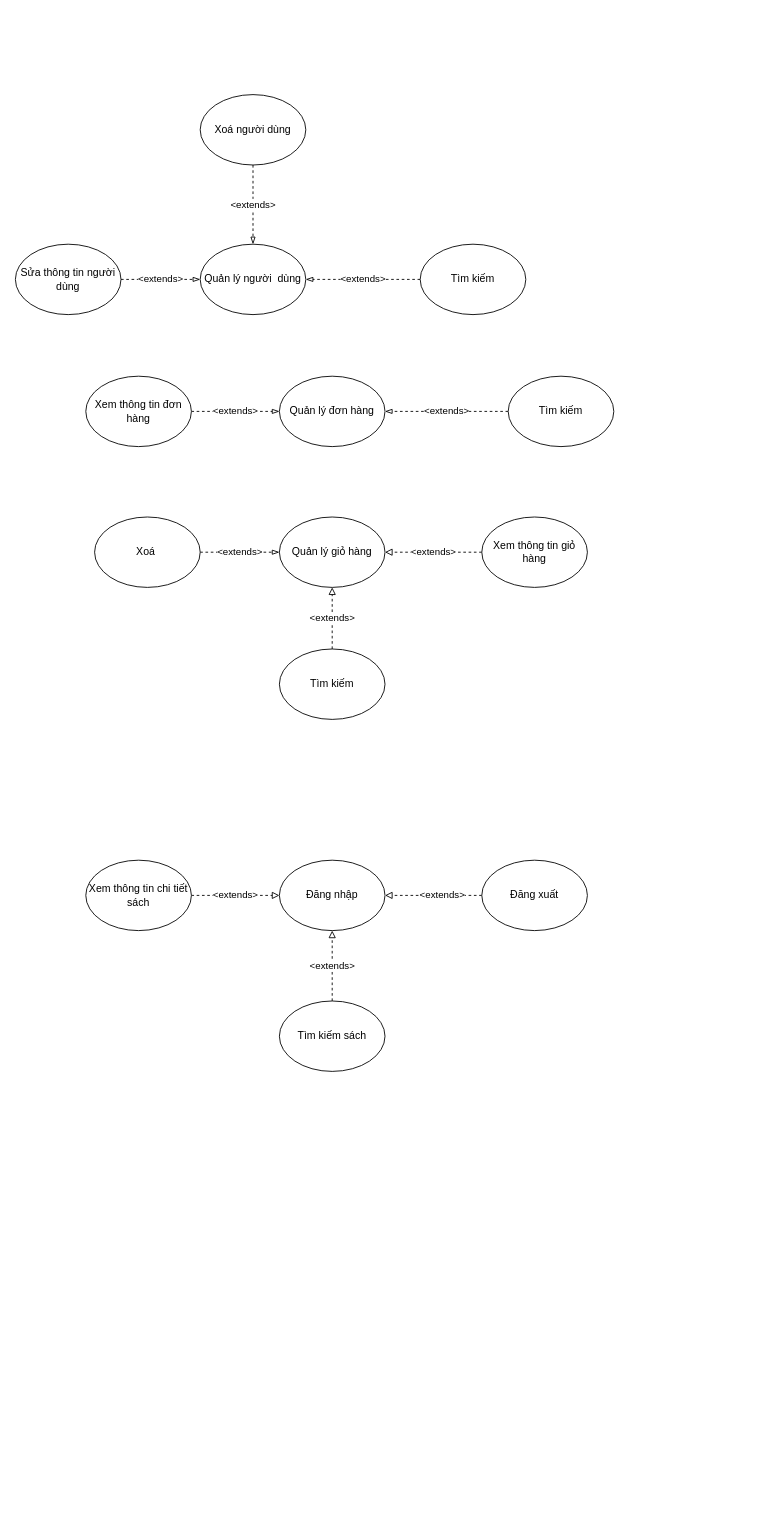
Earlier version of the draw.io diagram Untitled Diagram.drawio (leehoang21/uml). Source tidied: cells renumbered, new cells numbered last; positions are measured from the earlier drawing's top-left corner, leaving out a move shared by most shapes. Both pictures are drawn from the tidied source at 88%, with x=0, y=0 at pixel (15, 94).
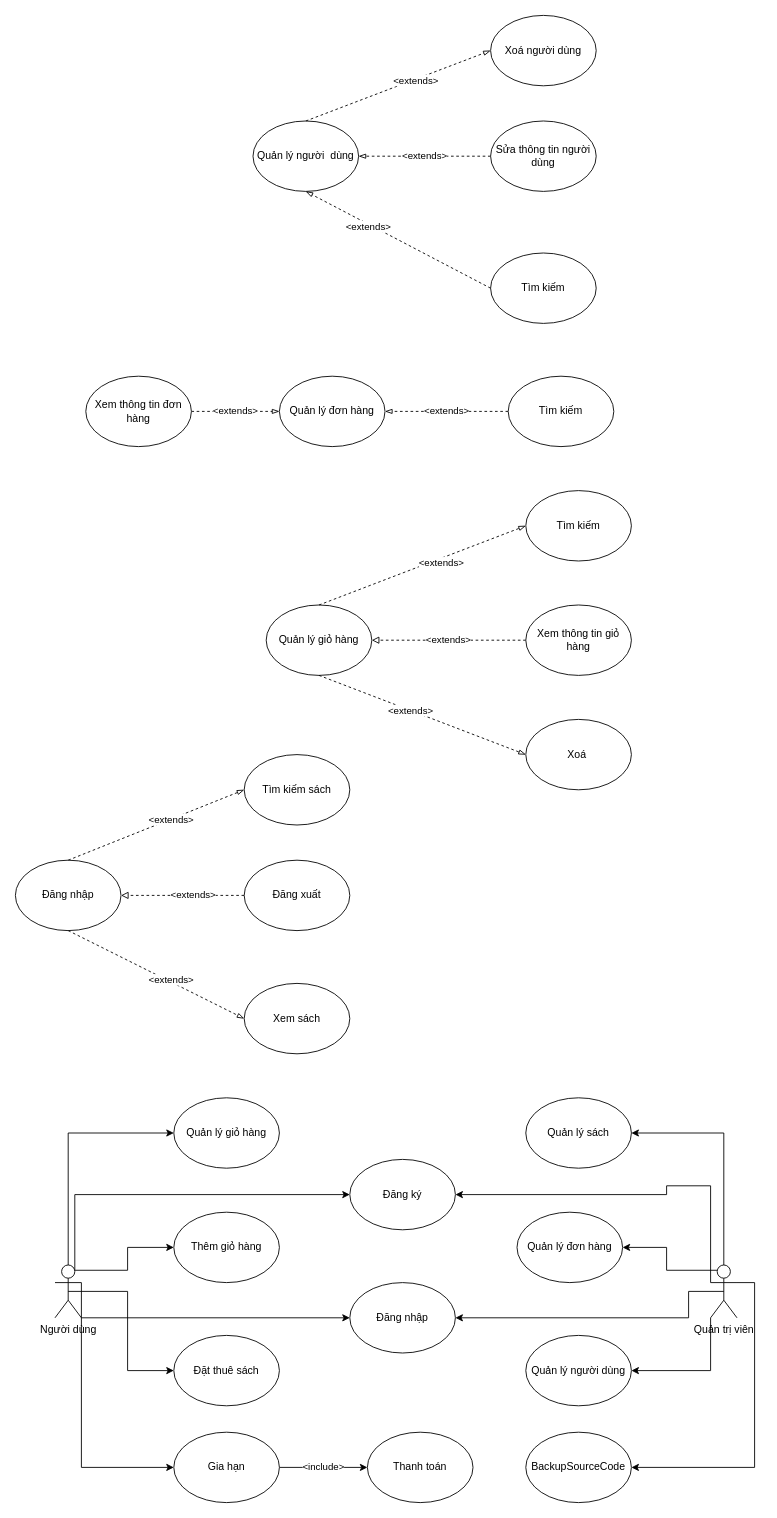
The same diagram, later.

The edit, as a diff of the source:
```diff
@@
     <mxCell id="2" value="Quản lý người&amp;nbsp; dùng" style="ellipse;whiteSpace=wrap;html=1;" parent="1" vertex="1">
-      <mxGeometry x="210" y="170" width="120" height="80" as="geometry" />
+      <mxGeometry x="270" y="30" width="120" height="80" as="geometry" />
     </mxCell>
-    <mxCell id="3" value="&amp;lt;extends&amp;gt;" style="edgeStyle=orthogonalEdgeStyle;rounded=0;jettySize=auto;html=1;exitX=0.5;exitY=1;exitDx=0;exitDy=0;entryX=0.5;entryY=0;entryDx=0;entryDy=0;endArrow=blockThin;endFill=0;dashed=1;" parent="1" edge="1" source="4" target="2">
-      <mxGeometry relative="1" as="geometry" />
-    </mxCell>
     <mxCell id="4" value="Xoá người dùng" style="ellipse;whiteSpace=wrap;html=1;" parent="1" vertex="1">
-      <mxGeometry x="210" width="120" height="80" as="geometry" />
+      <mxGeometry x="540" y="-90" width="120" height="80" as="geometry" />
     </mxCell>
-    <mxCell id="5" value="&amp;lt;extends&amp;gt;" style="edgeStyle=orthogonalEdgeStyle;rounded=0;jettySize=auto;html=1;exitX=1;exitY=0.5;exitDx=0;exitDy=0;endArrow=blockThin;endFill=0;dashed=1;" parent="1" edge="1" source="6" target="2">
+    <mxCell id="5" value="&amp;lt;extends&amp;gt;" style="edgeStyle=orthogonalEdgeStyle;rounded=0;jettySize=auto;html=1;exitX=0;exitY=0.5;exitDx=0;exitDy=0;endArrow=blockThin;endFill=0;dashed=1;" parent="1" edge="1" source="6" target="2">
       <mxGeometry relative="1" as="geometry" />
     </mxCell>
     <mxCell id="6" value="Sửa thông tin người dùng" style="ellipse;whiteSpace=wrap;html=1;" parent="1" vertex="1">
-      <mxGeometry y="170" width="120" height="80" as="geometry" />
+      <mxGeometry x="540" y="30" width="120" height="80" as="geometry" />
     </mxCell>
-    <mxCell id="7" value="&amp;lt;extends&amp;gt;" style="edgeStyle=orthogonalEdgeStyle;rounded=0;jettySize=auto;html=1;entryX=1;entryY=0.5;entryDx=0;entryDy=0;endArrow=blockThin;endFill=0;dashed=1;" parent="1" edge="1" source="8" target="2">
-      <mxGeometry relative="1" as="geometry" />
-    </mxCell>
     <mxCell id="8" value="Tìm kiếm" style="ellipse;whiteSpace=wrap;html=1;" parent="1" vertex="1">
-      <mxGeometry x="460" y="170" width="120" height="80" as="geometry" />
+      <mxGeometry x="540" y="180" width="120" height="80" as="geometry" />
     </mxCell>
@@
     <mxCell id="14" value="Quản lý giỏ hàng" style="ellipse;whiteSpace=wrap;html=1;" parent="1" vertex="1">
-      <mxGeometry x="300" y="480" width="120" height="80" as="geometry" />
+      <mxGeometry x="285" y="580" width="120" height="80" as="geometry" />
     </mxCell>
@@
     <mxCell id="16" value="Xem thông tin giỏ hàng" style="ellipse;whiteSpace=wrap;html=1;" parent="1" vertex="1">
-      <mxGeometry x="530" y="480" width="120" height="80" as="geometry" />
+      <mxGeometry x="580" y="580" width="120" height="80" as="geometry" />
     </mxCell>
-    <mxCell id="17" value="&amp;lt;extends&amp;gt;" style="edgeStyle=orthogonalEdgeStyle;rounded=0;jettySize=auto;html=1;exitX=1;exitY=0.5;exitDx=0;exitDy=0;endArrow=blockThin;endFill=0;dashed=1;" parent="1" edge="1" source="18" target="14">
-      <mxGeometry relative="1" as="geometry" />
-    </mxCell>
     <mxCell id="18" value="Xoá&amp;nbsp;" style="ellipse;whiteSpace=wrap;html=1;" parent="1" vertex="1">
-      <mxGeometry x="90" y="480" width="120" height="80" as="geometry" />
+      <mxGeometry x="580" y="710" width="120" height="80" as="geometry" />
     </mxCell>
-    <mxCell id="19" value="&amp;lt;extends&amp;gt;" style="edgeStyle=orthogonalEdgeStyle;rounded=0;jettySize=auto;html=1;exitX=0.5;exitY=0;exitDx=0;exitDy=0;entryX=0.5;entryY=1;entryDx=0;entryDy=0;dashed=1;endArrow=block;endFill=0;" parent="1" edge="1" source="20" target="14">
-      <mxGeometry relative="1" as="geometry" />
-    </mxCell>
     <mxCell id="20" value="Tìm kiếm" style="ellipse;whiteSpace=wrap;html=1;" parent="1" vertex="1">
-      <mxGeometry x="300" y="630" width="120" height="80" as="geometry" />
+      <mxGeometry x="580" y="450" width="120" height="80" as="geometry" />
     </mxCell>
     <mxCell id="21" value="Đăng nhập" style="ellipse;whiteSpace=wrap;html=1;" parent="1" vertex="1">
-      <mxGeometry x="300" y="870" width="120" height="80" as="geometry" />
+      <mxGeometry y="870" width="120" height="80" as="geometry" />
     </mxCell>
-    <mxCell id="22" value="&amp;lt;extends&amp;gt;" style="edgeStyle=orthogonalEdgeStyle;rounded=0;jettySize=auto;html=1;exitX=1;exitY=0.5;exitDx=0;exitDy=0;endArrow=block;endFill=0;dashed=1;" parent="1" edge="1" source="23" target="21">
-      <mxGeometry relative="1" as="geometry" />
-    </mxCell>
-    <mxCell id="23" value="Xem thông tin chi tiết sách" style="ellipse;whiteSpace=wrap;html=1;" parent="1" vertex="1">
-      <mxGeometry x="80" y="870" width="120" height="80" as="geometry" />
+    <mxCell id="23" value="Xem sách" style="ellipse;whiteSpace=wrap;html=1;" parent="1" vertex="1">
+      <mxGeometry x="260" y="1010" width="120" height="80" as="geometry" />
     </mxCell>
@@
     <mxCell id="26" value="Đăng xuất" style="ellipse;whiteSpace=wrap;html=1;" parent="1" vertex="1">
-      <mxGeometry x="530" y="870" width="120" height="80" as="geometry" />
+      <mxGeometry x="260" y="870" width="120" height="80" as="geometry" />
     </mxCell>
-    <mxCell id="27" value="&amp;lt;extends&amp;gt;" style="edgeStyle=orthogonalEdgeStyle;rounded=0;jettySize=auto;html=1;exitX=0.5;exitY=0;exitDx=0;exitDy=0;entryX=0.5;entryY=1;entryDx=0;entryDy=0;endArrow=block;endFill=0;dashed=1;" parent="1" edge="1" source="28" target="21">
-      <mxGeometry relative="1" as="geometry" />
-    </mxCell>
     <mxCell id="28" value="Tìm kiếm sách" style="ellipse;whiteSpace=wrap;html=1;" parent="1" vertex="1">
-      <mxGeometry x="300" y="1030" width="120" height="80" as="geometry" />
+      <mxGeometry x="260" y="750" width="120" height="80" as="geometry" />
     </mxCell>
+    <mxCell id="29" style="edgeStyle=orthogonalEdgeStyle;rounded=0;jettySize=auto;html=1;exitX=0.5;exitY=0;exitDx=0;exitDy=0;exitPerimeter=0;entryX=0;entryY=0.5;entryDx=0;entryDy=0;" parent="1" edge="1" source="35" target="44">
+      <mxGeometry relative="1" as="geometry" />
+    </mxCell>
+    <mxCell id="30" style="edgeStyle=orthogonalEdgeStyle;rounded=0;jettySize=auto;html=1;exitX=0.75;exitY=0.1;exitDx=0;exitDy=0;exitPerimeter=0;entryX=0;entryY=0.5;entryDx=0;entryDy=0;" parent="1" edge="1" source="35" target="54">
+      <mxGeometry relative="1" as="geometry" />
+    </mxCell>
+    <mxCell id="31" style="edgeStyle=orthogonalEdgeStyle;rounded=0;jettySize=auto;html=1;exitX=1;exitY=1;exitDx=0;exitDy=0;exitPerimeter=0;entryX=0;entryY=0.5;entryDx=0;entryDy=0;" parent="1" edge="1" source="35" target="52">
+      <mxGeometry relative="1" as="geometry" />
+    </mxCell>
+    <mxCell id="32" style="edgeStyle=orthogonalEdgeStyle;rounded=0;jettySize=auto;html=1;exitX=0.5;exitY=0.5;exitDx=0;exitDy=0;exitPerimeter=0;entryX=0;entryY=0.5;entryDx=0;entryDy=0;" parent="1" edge="1" source="35" target="53">
+      <mxGeometry relative="1" as="geometry" />
+    </mxCell>
+    <mxCell id="33" style="edgeStyle=orthogonalEdgeStyle;rounded=0;jettySize=auto;html=1;exitX=1;exitY=0.3333333333333333;exitDx=0;exitDy=0;exitPerimeter=0;" parent="1" edge="1" source="35" target="48">
+      <mxGeometry relative="1" as="geometry">
+        <Array as="points">
+          <mxPoint x="75" y="1390" />
+        </Array>
+      </mxGeometry>
+    </mxCell>
+    <mxCell id="34" style="edgeStyle=orthogonalEdgeStyle;rounded=0;jettySize=auto;html=1;exitX=0.75;exitY=0.1;exitDx=0;exitDy=0;exitPerimeter=0;entryX=0;entryY=0.5;entryDx=0;entryDy=0;" parent="1" edge="1" source="35" target="49">
+      <mxGeometry relative="1" as="geometry">
+        <Array as="points">
+          <mxPoint x="68" y="1250" />
+        </Array>
+      </mxGeometry>
+    </mxCell>
+    <mxCell id="35" value="Người dùng" style="shape=umlActor;verticalLabelPosition=bottom;verticalAlign=top;html=1;outlineConnect=0;" parent="1" vertex="1">
+      <mxGeometry x="45" y="1330" width="30" height="60" as="geometry" />
+    </mxCell>
+    <mxCell id="36" style="edgeStyle=orthogonalEdgeStyle;rounded=0;jettySize=auto;html=1;exitX=0.5;exitY=0;exitDx=0;exitDy=0;exitPerimeter=0;entryX=1;entryY=0.5;entryDx=0;entryDy=0;" parent="1" edge="1" source="42" target="45">
+      <mxGeometry relative="1" as="geometry" />
+    </mxCell>
+    <mxCell id="37" style="edgeStyle=orthogonalEdgeStyle;rounded=0;jettySize=auto;html=1;exitX=1;exitY=0.3333333333333333;exitDx=0;exitDy=0;exitPerimeter=0;entryX=1;entryY=0.5;entryDx=0;entryDy=0;" parent="1" edge="1" source="42" target="46">
+      <mxGeometry relative="1" as="geometry" />
+    </mxCell>
+    <mxCell id="38" style="edgeStyle=orthogonalEdgeStyle;rounded=0;jettySize=auto;html=1;exitX=0;exitY=0.3333333333333333;exitDx=0;exitDy=0;exitPerimeter=0;" parent="1" edge="1" source="42" target="49">
+      <mxGeometry relative="1" as="geometry">
+        <Array as="points">
+          <mxPoint x="740" y="1240" />
+          <mxPoint x="740" y="1250" />
+        </Array>
+      </mxGeometry>
+    </mxCell>
+    <mxCell id="39" style="edgeStyle=orthogonalEdgeStyle;rounded=0;jettySize=auto;html=1;exitX=0.5;exitY=0.5;exitDx=0;exitDy=0;exitPerimeter=0;entryX=1;entryY=0.5;entryDx=0;entryDy=0;" parent="1" edge="1" source="42" target="48">
+      <mxGeometry relative="1" as="geometry">
+        <Array as="points">
+          <mxPoint x="765" y="1390" />
+        </Array>
+      </mxGeometry>
+    </mxCell>
+    <mxCell id="40" style="edgeStyle=orthogonalEdgeStyle;rounded=0;jettySize=auto;html=1;exitX=0.25;exitY=0.1;exitDx=0;exitDy=0;exitPerimeter=0;entryX=1;entryY=0.5;entryDx=0;entryDy=0;" parent="1" edge="1" source="42" target="43">
+      <mxGeometry relative="1" as="geometry" />
+    </mxCell>
+    <mxCell id="41" style="edgeStyle=orthogonalEdgeStyle;rounded=0;jettySize=auto;html=1;exitX=0;exitY=1;exitDx=0;exitDy=0;exitPerimeter=0;entryX=1;entryY=0.5;entryDx=0;entryDy=0;" parent="1" edge="1" source="42" target="47">
+      <mxGeometry relative="1" as="geometry" />
+    </mxCell>
+    <mxCell id="42" value="Quản trị viên" style="shape=umlActor;verticalLabelPosition=bottom;verticalAlign=top;html=1;outlineConnect=0;" parent="1" vertex="1">
+      <mxGeometry x="790" y="1330" width="30" height="60" as="geometry" />
+    </mxCell>
+    <mxCell id="43" value="Quản lý đơn hàng" style="ellipse;whiteSpace=wrap;html=1;" parent="1" vertex="1">
+      <mxGeometry x="570" y="1270" width="120" height="80" as="geometry" />
+    </mxCell>
+    <mxCell id="44" value="Quản lý giỏ hàng" style="ellipse;whiteSpace=wrap;html=1;" parent="1" vertex="1">
+      <mxGeometry x="180" y="1140" width="120" height="80" as="geometry" />
+    </mxCell>
+    <mxCell id="45" value="Quản lý sách" style="ellipse;whiteSpace=wrap;html=1;" parent="1" vertex="1">
+      <mxGeometry x="580" y="1140" width="120" height="80" as="geometry" />
+    </mxCell>
+    <mxCell id="46" value="BackupSourceCode" style="ellipse;whiteSpace=wrap;html=1;" parent="1" vertex="1">
+      <mxGeometry x="580" y="1520" width="120" height="80" as="geometry" />
+    </mxCell>
+    <mxCell id="47" value="Quản lý người dùng" style="ellipse;whiteSpace=wrap;html=1;" parent="1" vertex="1">
+      <mxGeometry x="580" y="1410" width="120" height="80" as="geometry" />
+    </mxCell>
+    <mxCell id="48" value="Đăng nhập" style="ellipse;whiteSpace=wrap;html=1;" parent="1" vertex="1">
+      <mxGeometry x="380" y="1350" width="120" height="80" as="geometry" />
+    </mxCell>
+    <mxCell id="49" value="Đăng ký" style="ellipse;whiteSpace=wrap;html=1;" parent="1" vertex="1">
+      <mxGeometry x="380" y="1210" width="120" height="80" as="geometry" />
+    </mxCell>
+    <mxCell id="50" value="Thanh toán" style="ellipse;whiteSpace=wrap;html=1;" parent="1" vertex="1">
+      <mxGeometry x="400" y="1520" width="120" height="80" as="geometry" />
+    </mxCell>
+    <mxCell id="51" value="&amp;lt;include&amp;gt;" style="edgeStyle=orthogonalEdgeStyle;rounded=0;jettySize=auto;html=1;exitX=1;exitY=0.5;exitDx=0;exitDy=0;" parent="1" edge="1" source="52" target="50">
+      <mxGeometry relative="1" as="geometry" />
+    </mxCell>
+    <mxCell id="52" value="Gia hạn" style="ellipse;whiteSpace=wrap;html=1;" parent="1" vertex="1">
+      <mxGeometry x="180" y="1520" width="120" height="80" as="geometry" />
+    </mxCell>
+    <mxCell id="53" value="Đặt thuê sách" style="ellipse;whiteSpace=wrap;html=1;" parent="1" vertex="1">
+      <mxGeometry x="180" y="1410" width="120" height="80" as="geometry" />
+    </mxCell>
+    <mxCell id="54" value="Thêm giỏ hàng" style="ellipse;whiteSpace=wrap;html=1;" parent="1" vertex="1">
+      <mxGeometry x="180" y="1270" width="120" height="80" as="geometry" />
+    </mxCell>
+    <mxCell id="7" style="endArrow=blockThin;html=1;rounded=0;entryX=0.5;entryY=1;entryDx=0;entryDy=0;dashed=1;startArrow=none;startFill=0;endFill=0;exitX=0;exitY=0.5;exitDx=0;exitDy=0;" parent="1" edge="1" source="8" target="2">
+      <mxGeometry relative="1" as="geometry" />
+    </mxCell>
+    <mxCell id="55" value="&amp;lt;extends&amp;gt;" style="edgeLabel;html=1;align=center;verticalAlign=middle;" parent="7" vertex="1">
+      <mxGeometry x="0.31" y="2" relative="1" as="geometry">
+        <mxPoint x="-1" as="offset" />
+      </mxGeometry>
+    </mxCell>
+    <mxCell id="56" style="endArrow=blockThin;html=1;rounded=0;exitX=0.5;exitY=0;exitDx=0;exitDy=0;entryX=0;entryY=0.5;entryDx=0;entryDy=0;dashed=1;endFill=0;" parent="1" edge="1" source="2" target="4">
+      <mxGeometry relative="1" as="geometry" />
+    </mxCell>
+    <mxCell id="57" value="&amp;lt;extends&amp;gt;" style="edgeLabel;html=1;align=center;verticalAlign=middle;" parent="56" vertex="1">
+      <mxGeometry x="0.18" y="-1" relative="1" as="geometry" />
+    </mxCell>
+    <mxCell id="58" style="endArrow=blockThin;html=1;rounded=0;exitX=0.5;exitY=1;exitDx=0;exitDy=0;entryX=0;entryY=0.5;entryDx=0;entryDy=0;endFill=0;dashed=1;" parent="1" edge="1" source="14" target="18">
+      <mxGeometry relative="1" as="geometry" />
+    </mxCell>
+    <mxCell id="59" value="&amp;lt;extends&amp;gt;" style="edgeLabel;html=1;align=center;verticalAlign=middle;" parent="58" vertex="1">
+      <mxGeometry x="-0.12" relative="1" as="geometry" />
+    </mxCell>
+    <mxCell id="60" style="endArrow=blockThin;html=1;rounded=0;exitX=0.5;exitY=0;exitDx=0;exitDy=0;entryX=0;entryY=0.5;entryDx=0;entryDy=0;endFill=0;dashed=1;" parent="1" edge="1" source="14" target="20">
+      <mxGeometry relative="1" as="geometry" />
+    </mxCell>
+    <mxCell id="61" value="&amp;lt;extends&amp;gt;" style="edgeLabel;html=1;align=center;verticalAlign=middle;" parent="60" vertex="1">
+      <mxGeometry x="0.17" y="-4" relative="1" as="geometry" />
+    </mxCell>
+    <mxCell id="62" style="endArrow=blockThin;html=1;rounded=0;exitX=0.5;exitY=1;exitDx=0;exitDy=0;entryX=0;entryY=0.5;entryDx=0;entryDy=0;dashed=1;endFill=0;" parent="1" edge="1" source="21" target="23">
+      <mxGeometry relative="1" as="geometry" />
+    </mxCell>
+    <mxCell id="63" value="&amp;lt;extends&amp;gt;" style="edgeLabel;html=1;align=center;verticalAlign=middle;" parent="62" vertex="1">
+      <mxGeometry x="0.15" y="3" relative="1" as="geometry" />
+    </mxCell>
+    <mxCell id="64" style="endArrow=blockThin;html=1;rounded=0;exitX=0.5;exitY=0;exitDx=0;exitDy=0;entryX=0;entryY=0.5;entryDx=0;entryDy=0;dashed=1;endFill=0;" parent="1" edge="1" source="21" target="28">
+      <mxGeometry relative="1" as="geometry" />
+    </mxCell>
+    <mxCell id="65" value="&amp;lt;extends&amp;gt;" style="edgeLabel;html=1;align=center;verticalAlign=middle;" parent="64" vertex="1">
+      <mxGeometry x="0.16" relative="1" as="geometry" />
+    </mxCell>
```
